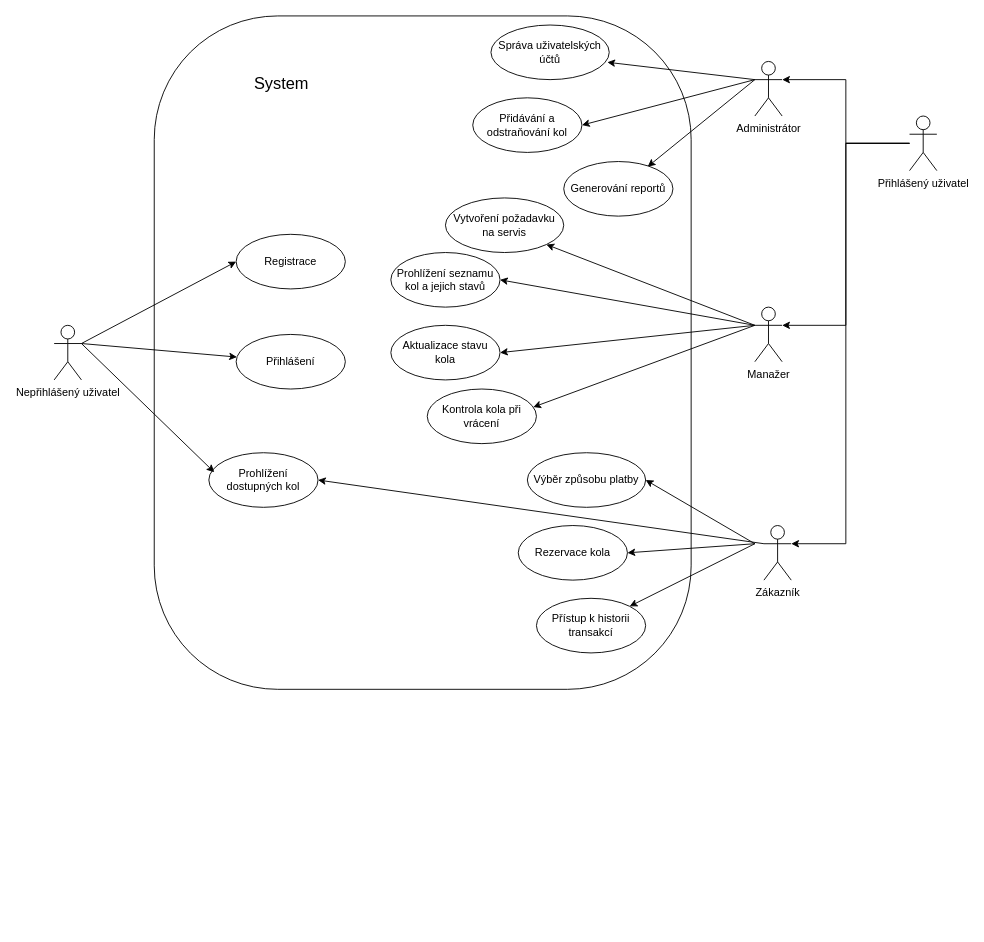
The draw.io diagram diagrams/.drawio/main_use_case_v2.drawio in xchubuk/vwa_zs2024-2025_xchubuk_xiur, before the edit. Source tidied: cells renumbered, new cells numbered last; positions are measured from the earlier drawing's top-left corner, leaving out a move shared by most shapes. Both pictures are drawn from the tidied source at 91%, with x=0, y=0 at pixel (54, 15).
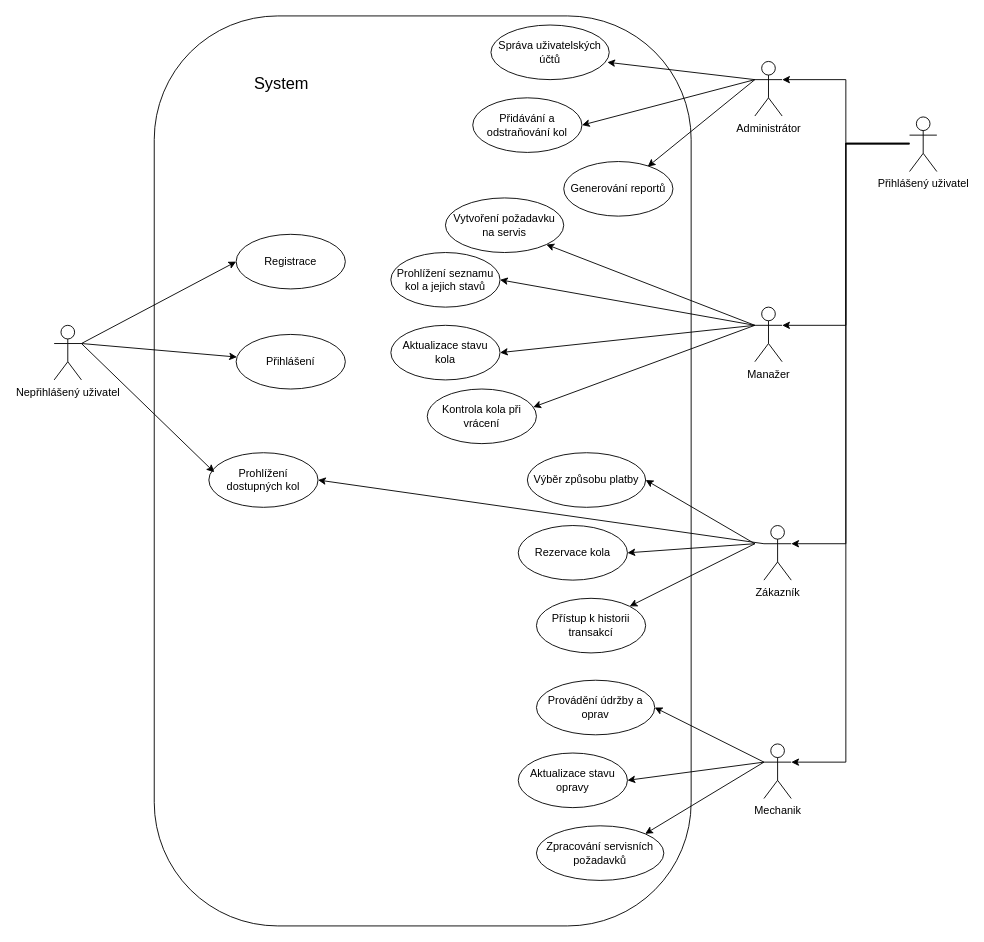
The same diagram, later.

Unchanged cells that the change refers to:
```xml
<mxCell id="6" value="Zákazník" style="shape=umlActor;verticalLabelPosition=bottom;verticalAlign=top;html=1;outlineConnect=0;" parent="1" vertex="1">
  <mxGeometry x="780" y="560" width="30" height="60" as="geometry" />
</mxCell>
```

Diff of the diagram source:
```diff
@@
     <mxCell id="3" value="Přihlášený uživatel" style="shape=umlActor;verticalLabelPosition=bottom;verticalAlign=top;html=1;outlineConnect=0;" parent="1" vertex="1">
-      <mxGeometry x="940" y="110" width="30" height="60" as="geometry" />
+      <mxGeometry x="940" y="111" width="30" height="60" as="geometry" />
     </mxCell>
@@
-    <mxCell id="9" style="edgeStyle=orthogonalEdgeStyle;rounded=0;jettySize=auto;html=1;entryX=1;entryY=0.3333333333333333;entryDx=0;entryDy=0;entryPerimeter=0;" parent="1" edge="1" source="3" target="6">
+    <mxCell id="9" style="edgeStyle=orthogonalEdgeStyle;rounded=0;jettySize=auto;html=1;entryX=1;entryY=0.3333333333333333;entryDx=0;entryDy=0;entryPerimeter=0;" parent="1" edge="1" target="6">
       <mxGeometry relative="1" as="geometry">
+        <mxPoint x="940" y="140" as="sourcePoint" />
         <Array as="points">
           <mxPoint x="870" y="140" />
           <mxPoint x="870" y="580" />
         </Array>
       </mxGeometry>
     </mxCell>
     <mxCell id="10" style="rounded=1;whiteSpace=wrap;html=1;arcSize=23;" parent="1" vertex="1">
-      <mxGeometry x="110" width="590" height="740" as="geometry" />
+      <mxGeometry x="110" width="590" height="1000" as="geometry" />
     </mxCell>
@@
+    <mxCell id="39" value="Mechanik" style="shape=umlActor;verticalLabelPosition=bottom;verticalAlign=top;html=1;outlineConnect=0;" parent="1" vertex="1">
+      <mxGeometry x="780" y="800" width="30" height="60" as="geometry" />
+    </mxCell>
+    <mxCell id="40" style="edgeStyle=orthogonalEdgeStyle;rounded=0;jettySize=auto;html=1;entryX=1;entryY=0.3333333333333333;entryDx=0;entryDy=0;entryPerimeter=0;" parent="1" edge="1" source="3" target="39">
+      <mxGeometry relative="1" as="geometry">
+        <Array as="points">
+          <mxPoint x="870" y="140" />
+          <mxPoint x="870" y="820" />
+        </Array>
+      </mxGeometry>
+    </mxCell>
+    <mxCell id="41" value="Provádění údržby a oprav" style="ellipse;whiteSpace=wrap;html=1;" parent="1" vertex="1">
+      <mxGeometry x="530" y="730" width="130" height="60" as="geometry" />
+    </mxCell>
+    <mxCell id="42" value="Aktualizace stavu opravy" style="ellipse;whiteSpace=wrap;html=1;" parent="1" vertex="1">
+      <mxGeometry x="510" y="810" width="120" height="60" as="geometry" />
+    </mxCell>
+    <mxCell id="43" value="Zpracování servisních požadavků" style="ellipse;whiteSpace=wrap;html=1;" parent="1" vertex="1">
+      <mxGeometry x="530" y="890" width="140" height="60" as="geometry" />
+    </mxCell>
+    <mxCell id="44" style="endArrow=classic;html=1;rounded=0;entryX=1;entryY=0.5;entryDx=0;entryDy=0;" parent="1" edge="1" target="42">
+      <mxGeometry relative="1" as="geometry">
+        <mxPoint x="780" y="820" as="sourcePoint" />
+      </mxGeometry>
+    </mxCell>
+    <mxCell id="45" style="endArrow=classic;html=1;rounded=0;entryX=1;entryY=0.5;entryDx=0;entryDy=0;" parent="1" edge="1" target="41">
+      <mxGeometry relative="1" as="geometry">
+        <mxPoint x="780" y="820" as="sourcePoint" />
+      </mxGeometry>
+    </mxCell>
+    <mxCell id="46" style="endArrow=classic;html=1;rounded=0;entryX=1;entryY=0;entryDx=0;entryDy=0;" parent="1" edge="1" target="43">
+      <mxGeometry relative="1" as="geometry">
+        <mxPoint x="780" y="820" as="sourcePoint" />
+      </mxGeometry>
+    </mxCell>
```
